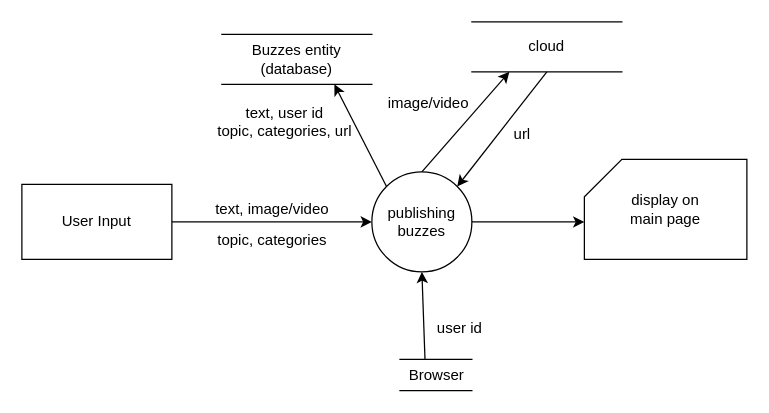
Earlier version of the draw.io diagram DFD/Buzzes.drawio (DonaldLamNL/buzzer). Source tidied: cells renumbered, new cells numbered last; positions are measured from the earlier drawing's top-left corner, leaving out a move shared by most shapes. Both pictures are drawn from the tidied source at 125%, with x=0, y=0 at pixel (21, 21).
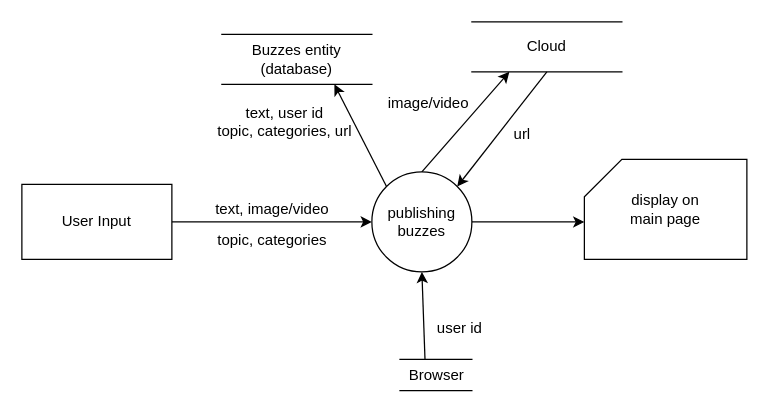
The same page after the edit.

Change to the diagram source:
```diff
@@
-    <mxCell id="17" value="cloud" style="shape=partialRectangle;whiteSpace=wrap;html=1;left=0;right=0;fillColor=none;rounded=0;strokeColor=default;fontFamily=Helvetica;fontSize=12;fontColor=default;" parent="1" vertex="1">
+    <mxCell id="17" value="Cloud" style="shape=partialRectangle;whiteSpace=wrap;html=1;left=0;right=0;fillColor=none;rounded=0;strokeColor=default;fontFamily=Helvetica;fontSize=12;fontColor=default;" parent="1" vertex="1">
       <mxGeometry x="360" width="120" height="40" as="geometry" />
     </mxCell>
```
